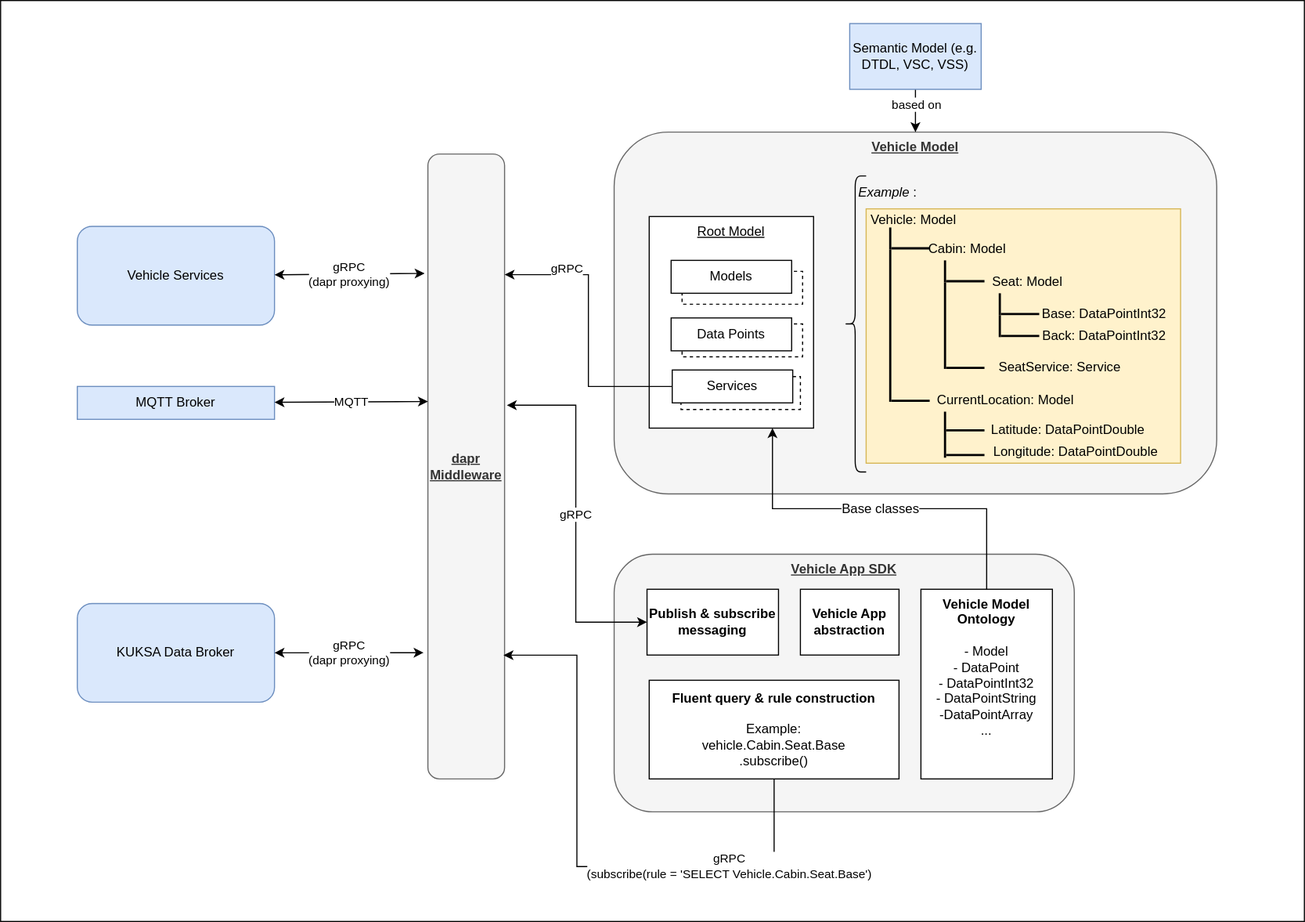
SoftwareDefinedVehicle/velocitas-docs keeps this draw.io diagram as assets/sdk_overview.drawio.svg. Above is the earlier version. Source tidied: cells renumbered, new cells last; positions are measured from the earlier drawing's top-left corner, leaving out a move shared by most shapes.
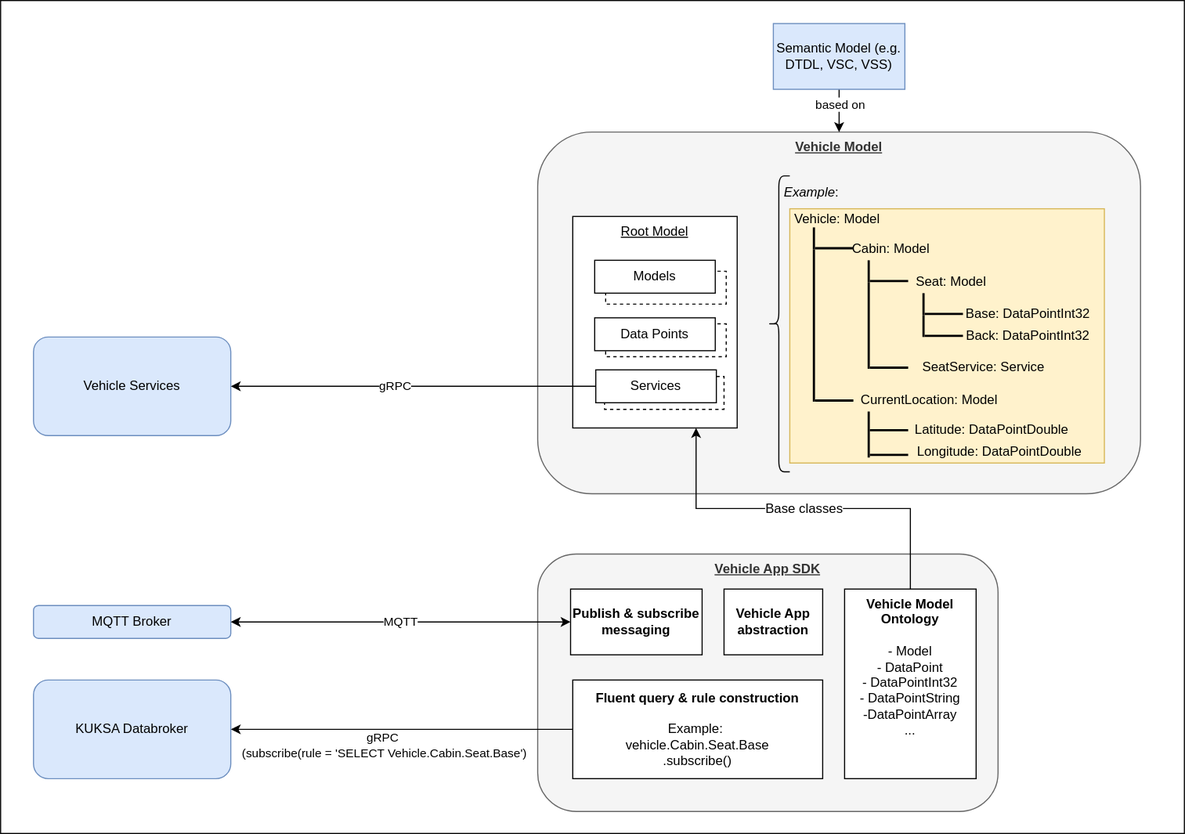
After the change.

Change to the diagram source:
```diff
@@ -3,7 +3,7 @@
     <mxCell id="0" />
     <mxCell id="1" parent="0" />
     <mxCell id="2" style="rounded=0;whiteSpace=wrap;html=1;" parent="1" vertex="1">
-      <mxGeometry width="1190" height="840" as="geometry" />
+      <mxGeometry x="70" width="1080" height="760" as="geometry" />
     </mxCell>
     <mxCell id="3" value="Vehicle App SDK" style="rounded=1;whiteSpace=wrap;html=1;labelPosition=center;verticalLabelPosition=middle;align=center;verticalAlign=top;fontStyle=5;fillColor=#f5f5f5;fontColor=#333333;strokeColor=#666666;" parent="1" vertex="1">
       <mxGeometry x="560" y="505" width="420" height="235" as="geometry" />
@@ -20,14 +20,14 @@
     <mxCell id="7" value="Semantic Model (e.g. DTDL, VSC, VSS)" style="rounded=0;whiteSpace=wrap;html=1;fillColor=#dae8fc;strokeColor=#6c8ebf;" parent="1" vertex="1">
       <mxGeometry x="775" y="21" width="120" height="60" as="geometry" />
     </mxCell>
-    <mxCell id="8" value="KUKSA Data Broker" style="rounded=1;whiteSpace=wrap;html=1;fillColor=#dae8fc;strokeColor=#6c8ebf;" parent="1" vertex="1">
-      <mxGeometry x="70" y="550" width="180" height="90" as="geometry" />
+    <mxCell id="8" value="KUKSA Databroker" style="rounded=1;whiteSpace=wrap;html=1;fillColor=#dae8fc;strokeColor=#6c8ebf;" parent="1" vertex="1">
+      <mxGeometry x="100" y="620" width="180" height="90" as="geometry" />
     </mxCell>
     <mxCell id="9" value="&lt;u&gt;Root Model&lt;/u&gt;" style="rounded=0;whiteSpace=wrap;html=1;verticalAlign=top;" parent="1" vertex="1">
       <mxGeometry x="592" y="197" width="150" height="193" as="geometry" />
     </mxCell>
     <mxCell id="10" value="Vehicle Services" style="rounded=1;whiteSpace=wrap;html=1;fillColor=#dae8fc;strokeColor=#6c8ebf;" parent="1" vertex="1">
-      <mxGeometry x="70" y="206" width="180" height="90" as="geometry" />
+      <mxGeometry x="100" y="307" width="180" height="90" as="geometry" />
     </mxCell>
     <mxCell id="11" value="Vehicle Model Ontology&lt;br&gt;&lt;br&gt;&lt;span style=&quot;font-weight: normal&quot;&gt;- Model&lt;br&gt;- DataPoint&lt;br&gt;- DataPointInt32&lt;br&gt;- DataPointString&lt;br&gt;-DataPointArray&lt;br&gt;...&lt;br&gt;&lt;/span&gt;" style="rounded=0;whiteSpace=wrap;html=1;fontStyle=1;verticalAlign=top;" parent="1" vertex="1">
       <mxGeometry x="840" y="537" width="120" height="173" as="geometry" />
@@ -35,19 +35,16 @@
     <mxCell id="12" value="&lt;b&gt;Fluent query &amp;amp; rule construction&lt;/b&gt;&lt;br&gt;&lt;br&gt;Example:&amp;nbsp;&lt;br&gt;vehicle.Cabin.Seat.Base&lt;br&gt;.subscribe()" style="rounded=0;whiteSpace=wrap;html=1;" parent="1" vertex="1">
       <mxGeometry x="592" y="620" width="228" height="90" as="geometry" />
     </mxCell>
-    <mxCell id="13" value="dapr Middleware" style="rounded=1;whiteSpace=wrap;html=1;verticalAlign=middle;fillColor=#f5f5f5;strokeColor=#666666;fontColor=#333333;fontStyle=5;" parent="1" vertex="1">
-      <mxGeometry x="390" y="140" width="70" height="570" as="geometry" />
-    </mxCell>
-    <mxCell id="14" value="gRPC" style="edgeStyle=orthogonalEdgeStyle;rounded=0;jettySize=auto;html=1;exitX=0;exitY=0.5;exitDx=0;exitDy=0;entryX=1;entryY=0.193;entryDx=0;entryDy=0;entryPerimeter=0;" parent="1" edge="1" source="52" target="13">
-      <mxGeometry x="0.55" y="-5" relative="1" as="geometry" />
+    <mxCell id="14" value="gRPC" style="edgeStyle=orthogonalEdgeStyle;rounded=0;jettySize=auto;html=1;exitX=0;exitY=0.5;exitDx=0;exitDy=0;entryX=1;entryY=0.5;entryDx=0;entryDy=0;" parent="1" edge="1" source="52" target="10">
+      <mxGeometry x="0.1" relative="1" as="geometry" />
     </mxCell>
     <mxCell id="15" value="Publish &amp;amp; subscribe messaging" style="rounded=0;whiteSpace=wrap;html=1;fontStyle=1;" parent="1" vertex="1">
       <mxGeometry x="590" y="537" width="120" height="60" as="geometry" />
     </mxCell>
-    <mxCell id="16" value="MQTT Broker" style="rounded=0;whiteSpace=wrap;html=1;fillColor=#dae8fc;strokeColor=#6c8ebf;" parent="1" vertex="1">
-      <mxGeometry x="70" y="352" width="180" height="30" as="geometry" />
+    <mxCell id="16" value="MQTT Broker" style="rounded=1;whiteSpace=wrap;html=1;fillColor=#dae8fc;strokeColor=#6c8ebf;" parent="1" vertex="1">
+      <mxGeometry x="100" y="552" width="180" height="30" as="geometry" />
     </mxCell>
-    <mxCell id="17" value="MQTT" style="endArrow=classic;startArrow=classic;html=1;rounded=0;entryX=0;entryY=0.396;entryDx=0;entryDy=0;entryPerimeter=0;" parent="1" edge="1" source="16" target="13">
+    <mxCell id="17" value="MQTT" style="endArrow=classic;startArrow=classic;html=1;rounded=0;entryX=0;entryY=0.5;entryDx=0;entryDy=0;edgeStyle=orthogonalEdgeStyle;" parent="1" edge="1" source="16" target="15">
       <mxGeometry relative="1" as="geometry" />
     </mxCell>
     <mxCell id="18" style="endArrow=classic;html=1;rounded=0;" parent="1" edge="1">
@@ -56,9 +53,6 @@
         <mxPoint x="562" y="387" as="targetPoint" />
       </mxGeometry>
     </mxCell>
-    <mxCell id="19" value="gRPC" style="endArrow=classic;startArrow=classic;html=1;rounded=0;exitX=1.029;exitY=0.402;exitDx=0;exitDy=0;edgeStyle=orthogonalEdgeStyle;exitPerimeter=0;" parent="1" edge="1" source="13" target="15">
-      <mxGeometry relative="1" as="geometry" />
-    </mxCell>
     <mxCell id="20" value="Vehicle App&lt;br&gt;abstraction" style="rounded=0;whiteSpace=wrap;html=1;fontStyle=1;" parent="1" vertex="1">
       <mxGeometry x="730" y="537" width="90" height="60" as="geometry" />
     </mxCell>
@@ -158,22 +152,14 @@
     <mxCell id="52" value="Services" style="rounded=0;whiteSpace=wrap;html=1;" parent="1" vertex="1">
       <mxGeometry x="613" y="337" width="110" height="30" as="geometry" />
     </mxCell>
-    <mxCell id="53" value="gRPC&amp;nbsp;&lt;br&gt;(subscribe(rule = 'SELECT Vehicle.Cabin.Seat.Base')" style="edgeStyle=orthogonalEdgeStyle;rounded=0;jettySize=auto;html=1;exitX=0.5;exitY=1;exitDx=0;exitDy=0;entryX=0.986;entryY=0.802;entryDx=0;entryDy=0;entryPerimeter=0;" parent="1" edge="1" source="12" target="13">
-      <mxGeometry x="-0.53" relative="1" as="geometry">
+    <mxCell id="53" value="gRPC&amp;nbsp;&lt;br&gt;(subscribe(rule = 'SELECT Vehicle.Cabin.Seat.Base')" style="edgeStyle=orthogonalEdgeStyle;rounded=0;jettySize=auto;html=1;exitX=0;exitY=0.5;exitDx=0;exitDy=0;entryX=1;entryY=0.5;entryDx=0;entryDy=0;" parent="1" edge="1" source="12" target="8">
+      <mxGeometry x="0.1" y="15" relative="1" as="geometry">
         <Array as="points">
-          <mxPoint x="706" y="790" />
-          <mxPoint x="526" y="790" />
-          <mxPoint x="526" y="597" />
+          <mxPoint x="290" y="665" />
+          <mxPoint x="290" y="665" />
         </Array>
-        <mxPoint x="1" as="offset" />
       </mxGeometry>
     </mxCell>
-    <mxCell id="54" value="gRPC&lt;br&gt;(dapr proxying)" style="endArrow=classic;startArrow=classic;html=1;rounded=0;entryX=-0.057;entryY=0.798;entryDx=0;entryDy=0;entryPerimeter=0;" parent="1" edge="1" source="8" target="13">
-      <mxGeometry relative="1" as="geometry" />
-    </mxCell>
-    <mxCell id="55" value="gRPC&lt;br&gt;(dapr proxying)" style="endArrow=classic;startArrow=classic;html=1;rounded=0;entryX=-0.043;entryY=0.191;entryDx=0;entryDy=0;entryPerimeter=0;strokeColor=#000000;" parent="1" edge="1" source="10" target="13">
-      <mxGeometry relative="1" as="geometry" />
-    </mxCell>
     <mxCell id="56" value="&lt;i&gt;Example&lt;/i&gt;:" style="text;html=1;strokeColor=none;fillColor=none;align=center;verticalAlign=middle;whiteSpace=wrap;rounded=0;dashed=1;fontSize=12;" parent="1" vertex="1">
       <mxGeometry x="780" y="160" width="60" height="30" as="geometry" />
     </mxCell>
```
